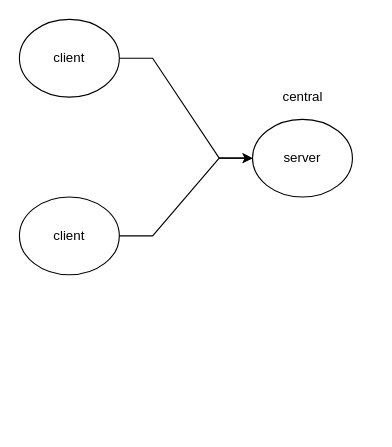
This is test.drawio from vintmd/appdraw, a draw.io file, before an edit. Source tidied: cells renumbered, new cells numbered last; positions are measured from the earlier drawing's top-left corner, leaving out a move shared by most shapes. Both pictures are drawn from the tidied source at 111%, with x=0, y=0 at pixel (19, 19).
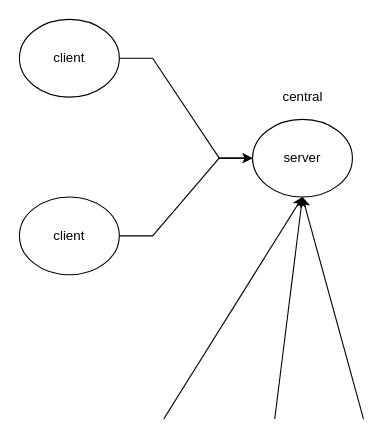
The same diagram, later.

What changed in the source:
```diff
@@
 <mxGraphModel>
   <root>
     <mxCell id="0" />
     <mxCell id="1" parent="0" />
     <mxCell id="2" value="server" style="ellipse;whiteSpace=wrap;html=1;" parent="1" vertex="1">
       <mxGeometry x="210" y="90" width="90" height="70" as="geometry" />
     </mxCell>
     <mxCell id="3" style="edgeStyle=entityRelationEdgeStyle;rounded=0;jettySize=auto;html=1;exitX=1;exitY=0.5;exitDx=0;exitDy=0;entryX=0;entryY=0.5;entryDx=0;entryDy=0;" parent="1" edge="1" source="4" target="2">
       <mxGeometry relative="1" as="geometry" />
     </mxCell>
     <mxCell id="4" value="client" style="ellipse;whiteSpace=wrap;html=1;" parent="1" vertex="1">
       <mxGeometry width="90" height="70" as="geometry" />
     </mxCell>
     <mxCell id="5" style="edgeStyle=entityRelationEdgeStyle;rounded=0;jettySize=auto;html=1;exitX=1;exitY=0.5;exitDx=0;exitDy=0;entryX=0;entryY=0.5;entryDx=0;entryDy=0;" parent="1" edge="1" source="6" target="2">
       <mxGeometry relative="1" as="geometry" />
     </mxCell>
     <mxCell id="6" value="client" style="ellipse;whiteSpace=wrap;html=1;" parent="1" vertex="1">
       <mxGeometry y="160" width="90" height="70" as="geometry" />
     </mxCell>
     <mxCell id="7" value="central" style="text;html=1;align=center;verticalAlign=middle;strokeColor=none;" parent="1" vertex="1">
       <mxGeometry x="230" y="60" width="50" height="20" as="geometry" />
     </mxCell>
+    <mxCell id="8" style="endArrow=classic;html=1;entryX=0.5;entryY=1;entryDx=0;entryDy=0;" parent="1" edge="1" target="2">
+      <mxGeometry relative="1" as="geometry">
+        <mxPoint x="130" y="360" as="sourcePoint" />
+      </mxGeometry>
+    </mxCell>
+    <mxCell id="9" style="endArrow=classic;html=1;entryX=0.5;entryY=1;entryDx=0;entryDy=0;" parent="1" edge="1" target="2">
+      <mxGeometry relative="1" as="geometry">
+        <mxPoint x="230" y="360" as="sourcePoint" />
+      </mxGeometry>
+    </mxCell>
+    <mxCell id="10" style="endArrow=classic;html=1;entryX=0.5;entryY=1;entryDx=0;entryDy=0;" parent="1" edge="1" target="2">
+      <mxGeometry relative="1" as="geometry">
+        <mxPoint x="310" y="360" as="sourcePoint" />
+      </mxGeometry>
+    </mxCell>
   </root>
 </mxGraphModel>
```
